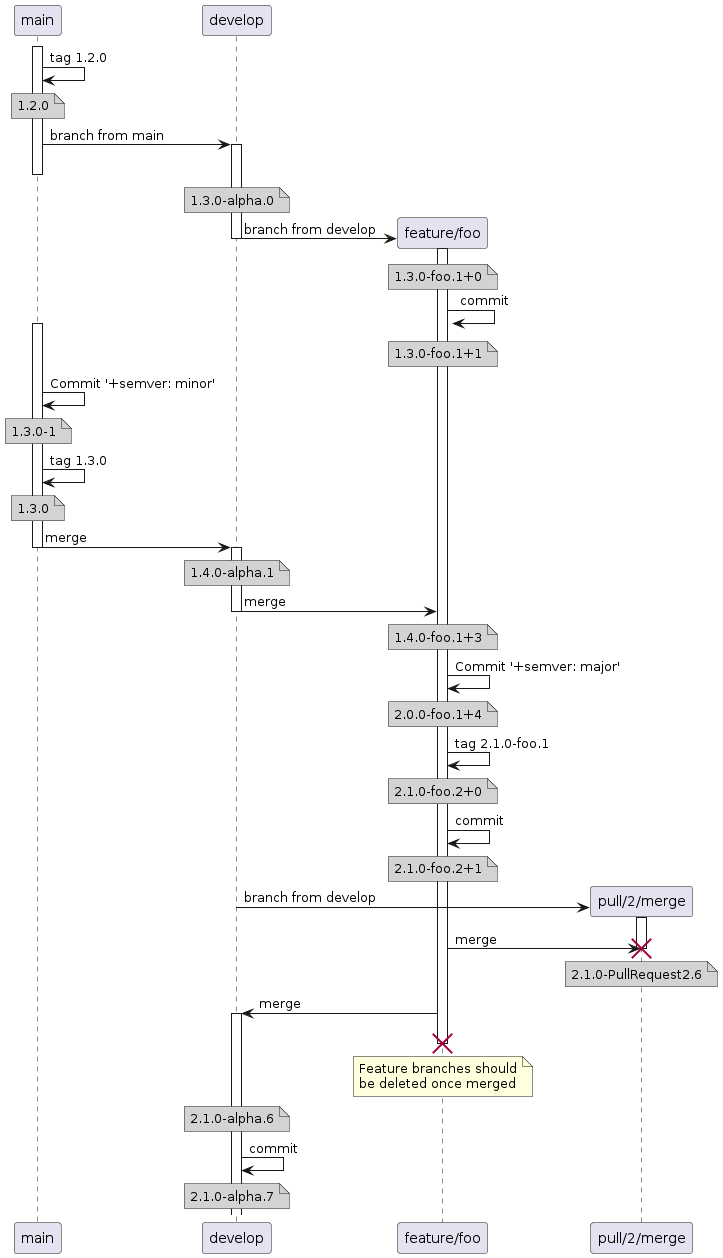
Earlier version of the PlantUML export docs/input/docs/img/DocumentationSamplesForGitFlow_FeatureFromDevelopBranch.png (GitTools/GitVersion). The source it was exported from:
```plantuml
@startuml
participant main
participant develop
activate main
main -> main: tag 1.2.0
note over main #D3D3D3
  1.2.0
end note
main -> develop: branch from main
activate develop
deactivate main
note over develop #D3D3D3
  1.3.0-alpha.0
end note
create participant "feature/foo" as feature
develop -> feature: branch from develop
activate feature
deactivate develop
note over feature #D3D3D3
  1.3.0-foo.1+0
end note
feature -> feature: commit
note over feature #D3D3D3
  1.3.0-foo.1+1
end note
activate main
main -> main: Commit '+semver: minor'
note over main #D3D3D3
  1.3.0-1
end note
main -> main: tag 1.3.0
note over main #D3D3D3
  1.3.0
end note
main -> develop: merge
deactivate main
activate develop
note over develop #D3D3D3
  1.4.0-alpha.1
end note
develop -> feature: merge
note over feature #D3D3D3
  1.4.0-foo.1+3
end note
deactivate develop
feature -> feature: Commit '+semver: major'
note over feature #D3D3D3
  2.0.0-foo.1+4
end note
feature -> feature: tag 2.1.0-foo.1
note over feature #D3D3D3
  2.1.0-foo.2+0
end note
feature -> feature: commit
note over feature #D3D3D3
  2.1.0-foo.2+1
end note
create participant "pull/2/merge" as pull
develop -> pull: branch from develop
activate pull
feature -> pull: merge
note over pull #D3D3D3
  2.1.0-PullRequest2.6
end note
destroy pull
feature -> develop: merge
activate develop
destroy feature
note over feature
  Feature branches should
  be deleted once merged
end note
note over develop #D3D3D3
  2.1.0-alpha.6
end note
develop -> develop: commit
note over develop #D3D3D3
  2.1.0-alpha.7
end note
@enduml
```
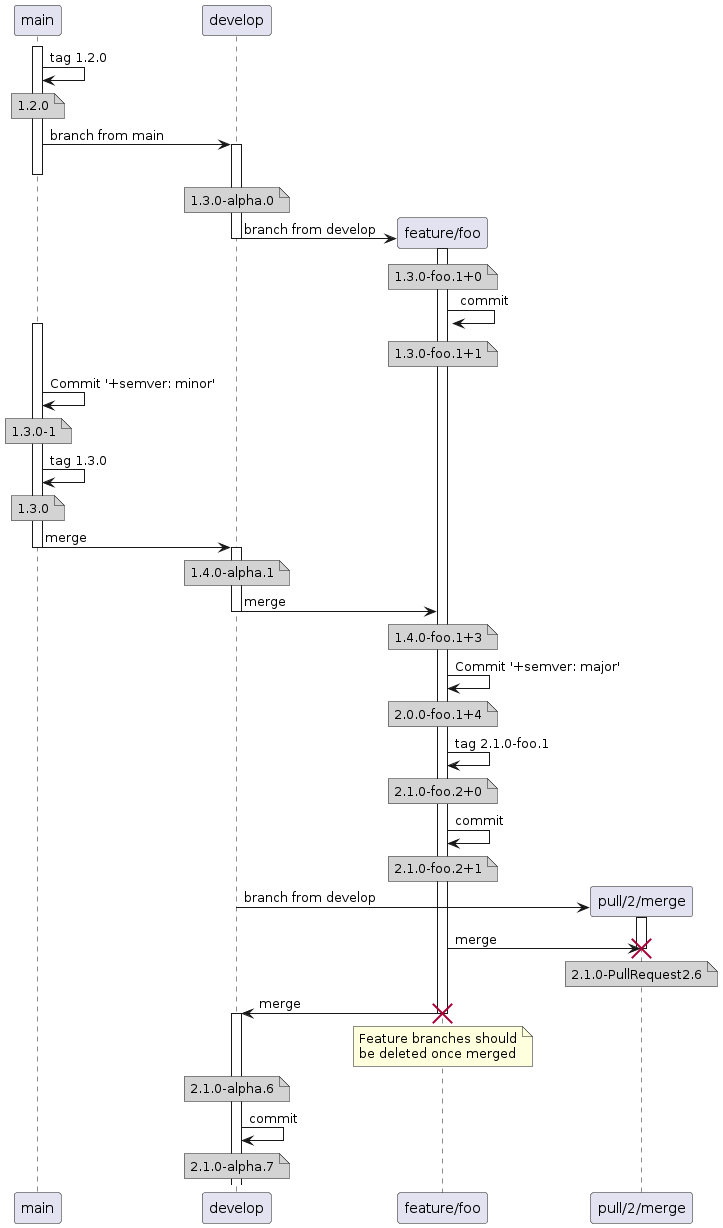
After the commit.

Change to the diagram source:
```diff
@@ -39,10 +39,10 @@
   1.4.0-alpha.1
 end note
 develop -> feature: merge
+deactivate develop
 note over feature #D3D3D3
   1.4.0-foo.1+3
 end note
-deactivate develop
 feature -> feature: Commit '+semver: major'
 note over feature #D3D3D3
   2.0.0-foo.1+4
@@ -64,7 +64,6 @@
 end note
 destroy pull
 feature -> develop: merge
-activate develop
 destroy feature
 note over feature
   Feature branches should
@@ -73,6 +72,7 @@
 note over develop #D3D3D3
   2.1.0-alpha.6
 end note
+activate develop
 develop -> develop: commit
 note over develop #D3D3D3
   2.1.0-alpha.7
```
